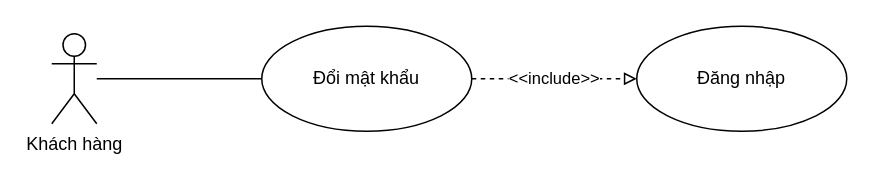
Earlier version of the draw.io diagram page "Page-6" (6 of 6) of Nam3_HK1/CNPM_SoftTech/Usecase Diagrams/UseCaseDiagram_TongQuat.drawio (EdgarIgnite16/SGU-Course). Source tidied: cells renumbered, new cells numbered last; positions are measured from the earlier drawing's top-left corner, leaving out a move shared by most shapes. Both pictures are drawn from the tidied source at 150%, with x=0, y=0 at pixel (51, 26).
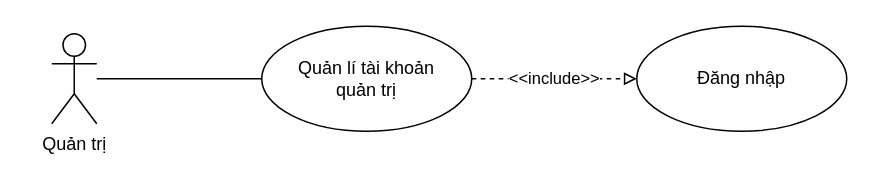
After the change.

Diff of the diagram source:
```diff
@@
 <mxGraphModel>
   <root>
     <mxCell id="0" />
     <mxCell id="1" parent="0" />
-    <mxCell id="2" value="Khách hàng" style="shape=umlActor;verticalLabelPosition=bottom;verticalAlign=top;html=1;outlineConnect=0;" parent="1" vertex="1">
+    <mxCell id="2" value="Quản trị" style="shape=umlActor;verticalLabelPosition=bottom;verticalAlign=top;html=1;outlineConnect=0;" parent="1" vertex="1">
       <mxGeometry y="5" width="30" height="60" as="geometry" />
     </mxCell>
     <mxCell id="3" value="Đăng nhập" style="ellipse;whiteSpace=wrap;html=1;" parent="1" vertex="1">
       <mxGeometry x="390" width="140" height="70" as="geometry" />
     </mxCell>
-    <mxCell id="4" value="Đổi mật khẩu" style="ellipse;whiteSpace=wrap;html=1;" parent="1" vertex="1">
+    <mxCell id="4" value="Quản lí tài khoản &lt;br&gt;quản trị" style="ellipse;whiteSpace=wrap;html=1;" parent="1" vertex="1">
       <mxGeometry x="140" width="140" height="70" as="geometry" />
     </mxCell>
     <mxCell id="5" style="edgeStyle=none;rounded=0;jettySize=auto;html=1;endArrow=none;endFill=0;" parent="1" edge="1" source="4" target="2">
       <mxGeometry relative="1" as="geometry" />
     </mxCell>
     <mxCell id="6" value="&amp;lt;&amp;lt;include&amp;gt;&amp;gt;" style="edgeStyle=none;rounded=0;jettySize=auto;html=1;startArrow=none;startFill=0;endArrow=block;endFill=0;dashed=1;" parent="1" edge="1" source="4" target="3">
       <mxGeometry relative="1" as="geometry" />
     </mxCell>
   </root>
 </mxGraphModel>
```
